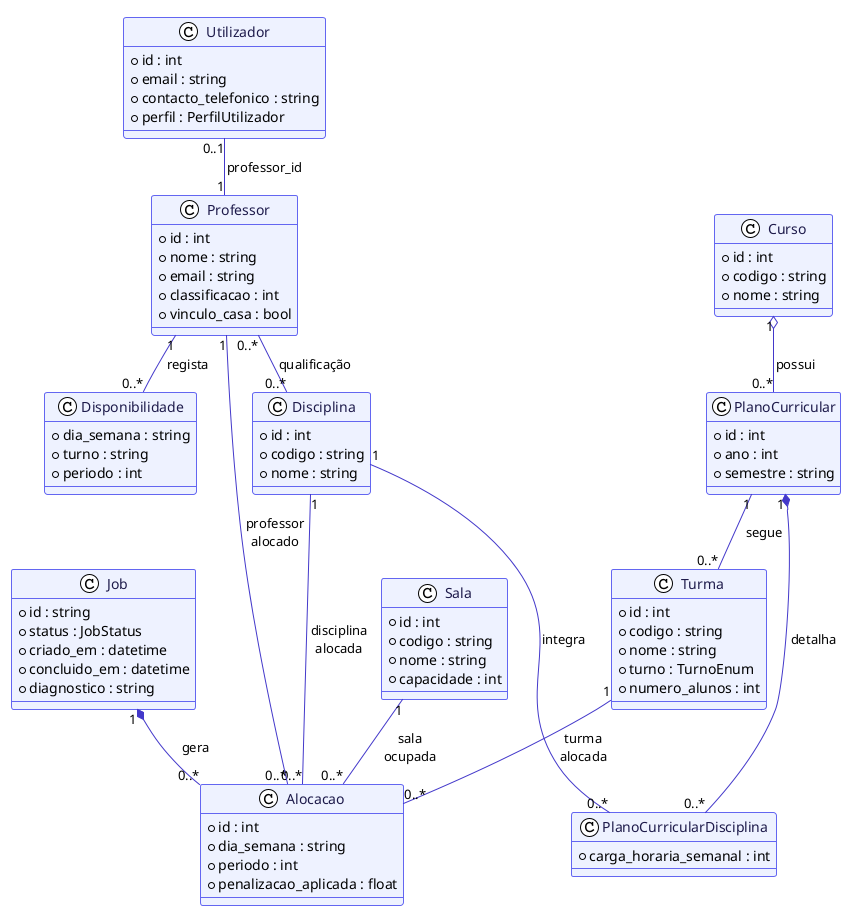
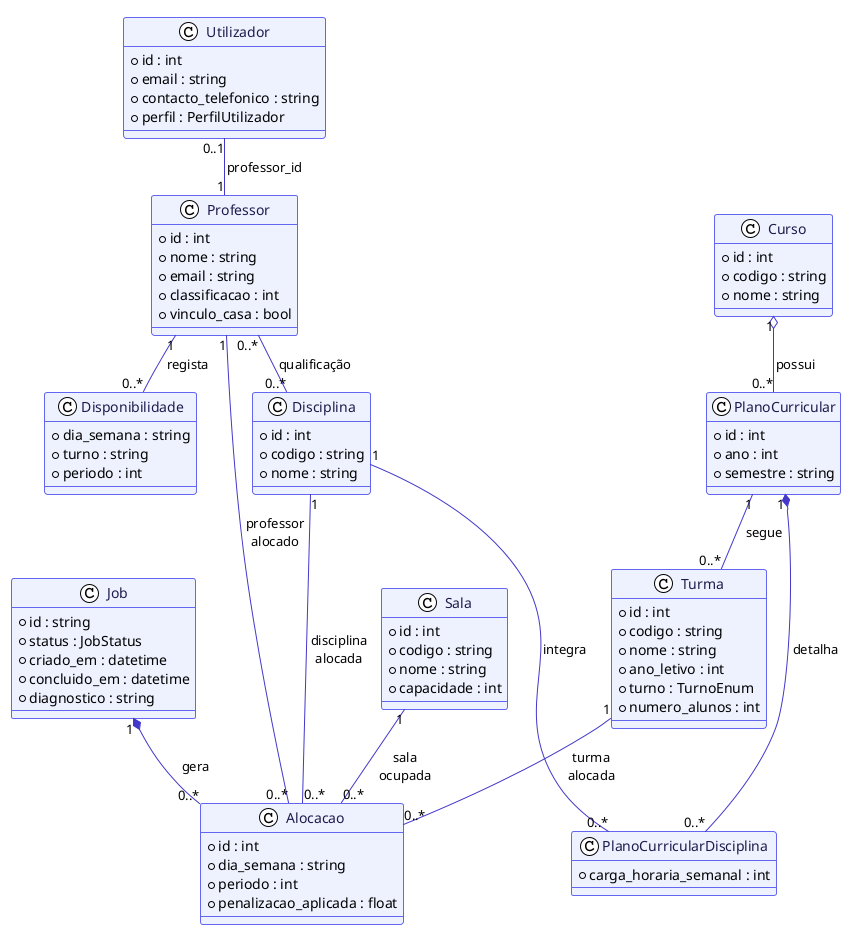
@startuml classes
!pragma layout smetana
!theme plain
skinparam backgroundColor white
skinparam class {
  BackgroundColor #EEF2FF
  BorderColor #6366F1
  FontColor #1E1B4B
  ArrowColor #4338CA
}

class Curso {
  +id : int
  +codigo : string
  +nome : string
}

class PlanoCurricular {
  +id : int
  +ano : int
  +semestre : string
}

class PlanoCurricularDisciplina {
  +carga_horaria_semanal : int
}

class Disciplina {
  +id : int
  +codigo : string
  +nome : string
}

class Turma {
  +id : int
  +codigo : string
  +nome : string
+   +ano_letivo : int
  +turno : TurnoEnum
  +numero_alunos : int
}

class Sala {
  +id : int
  +codigo : string
  +nome : string
  +capacidade : int
}

class Professor {
  +id : int
  +nome : string
  +email : string
  +classificacao : int
  +vinculo_casa : bool
}

class Disponibilidade {
  +dia_semana : string
  +turno : string
  +periodo : int
}

class Utilizador {
  +id : int
  +email : string
  +contacto_telefonico : string
  +perfil : PerfilUtilizador
}

class Job {
  +id : string
  +status : JobStatus
  +criado_em : datetime
  +concluido_em : datetime
  +diagnostico : string
}

class Alocacao {
  +id : int
  +dia_semana : string
  +periodo : int
  +penalizacao_aplicada : float
}

Curso "1" o-- "0..*" PlanoCurricular : possui
PlanoCurricular "1" *-- "0..*" PlanoCurricularDisciplina : detalha
Disciplina "1" --- "0..*" PlanoCurricularDisciplina : integra
PlanoCurricular "1" -- "0..*" Turma : segue

Professor "0..*" -- "0..*" Disciplina : qualificação
Professor "1" -- "0..*" Disponibilidade : regista
Utilizador "0..1" -- "1" Professor : professor_id

Job "1" *-- "0..*" Alocacao : gera
Turma "1" -- "0..*" Alocacao : turma\nalocada
Disciplina "1" --- "0..*" Alocacao : disciplina\nalocada
Professor "1" --- "0..*" Alocacao : professor\nalocado
Sala "1" -- "0..*" Alocacao : sala\nocupada

@enduml
